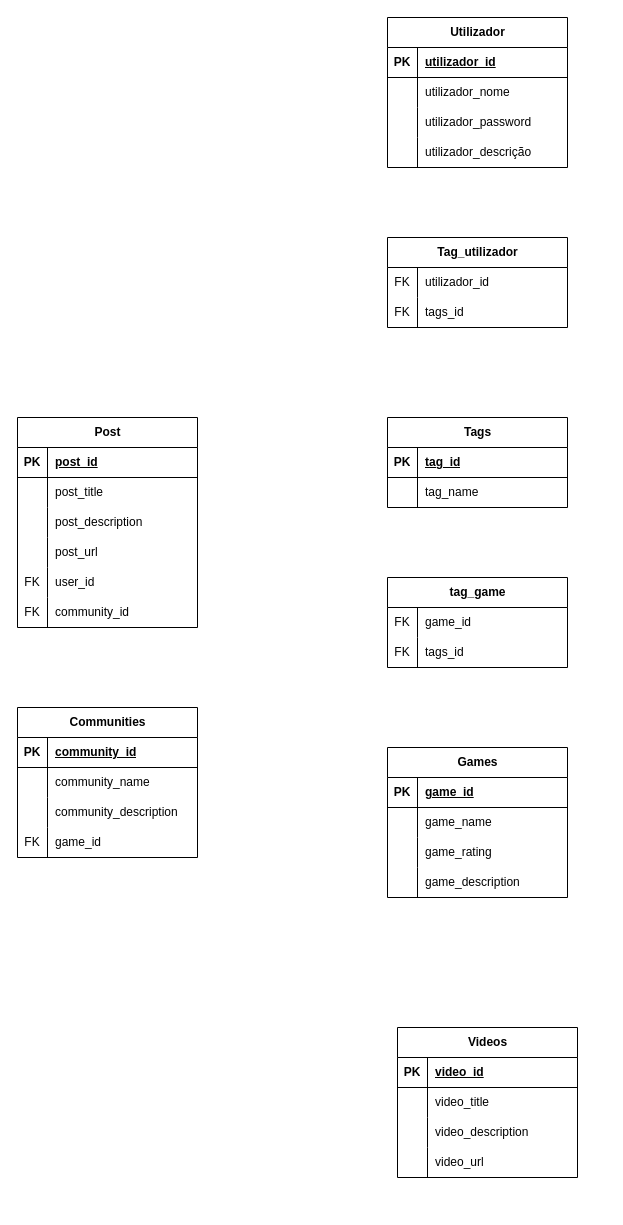
The draw.io diagram Diagrama sem nome.drawio in RickyBoyy/ProjetoWEB, before the edit. Source tidied: cells renumbered, new cells numbered last; positions are measured from the earlier drawing's top-left corner, leaving out a move shared by most shapes. Both pictures are drawn from the tidied source at 100%, with x=0, y=0 at pixel (17, 17).
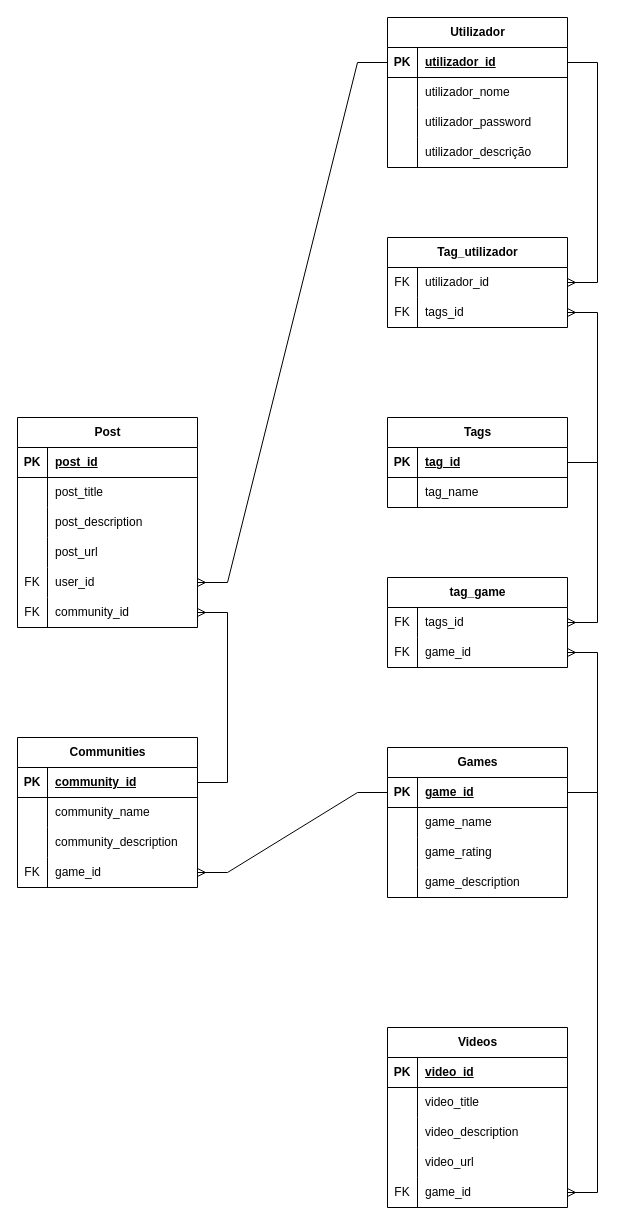
The same diagram, later.

Unchanged cells that the change refers to:
```xml
<mxCell id="3" style="shape=tableRow;horizontal=0;startSize=0;swimlaneHead=0;swimlaneBody=0;fillColor=none;points=[[0,0.5],[1,0.5]];portConstraint=eastwest;top=0;left=0;right=0;bottom=1;" parent="2" vertex="1">
  <mxGeometry y="30" width="180" height="30" as="geometry" />
</mxCell>
<mxCell id="16" style="shape=tableRow;horizontal=0;startSize=0;swimlaneHead=0;swimlaneBody=0;fillColor=none;points=[[0,0.5],[1,0.5]];portConstraint=eastwest;top=0;left=0;right=0;bottom=1;" parent="15" vertex="1">
  <mxGeometry y="30" width="180" height="30" as="geometry" />
</mxCell>
<mxCell id="29" style="shape=tableRow;horizontal=0;startSize=0;swimlaneHead=0;swimlaneBody=0;fillColor=none;points=[[0,0.5],[1,0.5]];portConstraint=eastwest;top=0;left=0;right=0;bottom=1;" parent="28" vertex="1">
  <mxGeometry y="30" width="180" height="30" as="geometry" />
</mxCell>
<mxCell id="36" style="shape=tableRow;horizontal=0;startSize=0;swimlaneHead=0;swimlaneBody=0;fillColor=none;points=[[0,0.5],[1,0.5]];portConstraint=eastwest;top=0;left=0;right=0;bottom=0;" parent="35" vertex="1">
  <mxGeometry y="30" width="180" height="30" as="geometry" />
</mxCell>
<mxCell id="39" style="shape=tableRow;horizontal=0;startSize=0;swimlaneHead=0;swimlaneBody=0;fillColor=none;points=[[0,0.5],[1,0.5]];portConstraint=eastwest;top=0;left=0;right=0;bottom=0;" parent="35" vertex="1">
  <mxGeometry y="60" width="180" height="30" as="geometry" />
</mxCell>
<mxCell id="43" style="shape=tableRow;horizontal=0;startSize=0;swimlaneHead=0;swimlaneBody=0;fillColor=none;points=[[0,0.5],[1,0.5]];portConstraint=eastwest;top=0;left=0;right=0;bottom=0;" parent="42" vertex="1">
  <mxGeometry y="30" width="180" height="30" as="geometry" />
</mxCell>
<mxCell id="46" style="shape=tableRow;horizontal=0;startSize=0;swimlaneHead=0;swimlaneBody=0;fillColor=none;points=[[0,0.5],[1,0.5]];portConstraint=eastwest;top=0;left=0;right=0;bottom=0;" parent="42" vertex="1">
  <mxGeometry y="60" width="180" height="30" as="geometry" />
</mxCell>
<mxCell id="50" style="shape=tableRow;horizontal=0;startSize=0;swimlaneHead=0;swimlaneBody=0;fillColor=none;points=[[0,0.5],[1,0.5]];portConstraint=eastwest;top=0;left=0;right=0;bottom=1;" parent="49" vertex="1">
  <mxGeometry y="30" width="180" height="30" as="geometry" />
</mxCell>
<mxCell id="59" style="shape=tableRow;horizontal=0;startSize=0;swimlaneHead=0;swimlaneBody=0;fillColor=none;points=[[0,0.5],[1,0.5]];portConstraint=eastwest;top=0;left=0;right=0;bottom=0;" parent="49" vertex="1">
  <mxGeometry y="120" width="180" height="30" as="geometry" />
</mxCell>
<mxCell id="75" style="shape=tableRow;horizontal=0;startSize=0;swimlaneHead=0;swimlaneBody=0;fillColor=none;points=[[0,0.5],[1,0.5]];portConstraint=eastwest;top=0;left=0;right=0;bottom=0;" parent="62" vertex="1">
  <mxGeometry y="150" width="180" height="30" as="geometry" />
</mxCell>
<mxCell id="78" style="shape=tableRow;horizontal=0;startSize=0;swimlaneHead=0;swimlaneBody=0;fillColor=none;points=[[0,0.5],[1,0.5]];portConstraint=eastwest;top=0;left=0;right=0;bottom=0;" parent="62" vertex="1">
  <mxGeometry y="180" width="180" height="30" as="geometry" />
</mxCell>
```

What changed in the source:
```diff
@@
-    <mxCell id="45" value="game_id" style="shape=partialRectangle;fillColor=none;top=0;left=0;bottom=0;right=0;align=left;spacingLeft=6;overflow=hidden;whiteSpace=wrap;html=1;" parent="43" vertex="1">
+    <mxCell id="45" value="tags_id" style="shape=partialRectangle;fillColor=none;top=0;left=0;bottom=0;right=0;align=left;spacingLeft=6;overflow=hidden;whiteSpace=wrap;html=1;" parent="43" vertex="1">
       <mxGeometry x="30" width="150" height="30" as="geometry" />
     </mxCell>
@@
-    <mxCell id="48" value="tags_id" style="shape=partialRectangle;fillColor=none;top=0;left=0;bottom=0;right=0;align=left;spacingLeft=6;overflow=hidden;whiteSpace=wrap;html=1;" parent="46" vertex="1">
+    <mxCell id="48" value="game_id" style="shape=partialRectangle;fillColor=none;top=0;left=0;bottom=0;right=0;align=left;spacingLeft=6;overflow=hidden;whiteSpace=wrap;html=1;" parent="46" vertex="1">
       <mxGeometry x="30" width="150" height="30" as="geometry" />
     </mxCell>
     <mxCell id="49" value="Communities" style="shape=table;startSize=30;childLayout=tableLayout;rowLines=0;fontStyle=1;align=center;html=1;" parent="1" vertex="1">
-      <mxGeometry y="690" width="180" height="150" as="geometry" />
+      <mxGeometry y="720" width="180" height="150" as="geometry" />
     </mxCell>
@@
     <mxCell id="81" value="Videos" style="shape=table;startSize=30;childLayout=tableLayout;rowLines=0;fontStyle=1;align=center;html=1;" parent="1" vertex="1">
-      <mxGeometry x="380" y="1010" width="180" height="150" as="geometry" />
+      <mxGeometry x="370" y="1010" width="180" height="180" as="geometry" />
     </mxCell>
@@
+    <mxCell id="94" style="shape=tableRow;horizontal=0;startSize=0;swimlaneHead=0;swimlaneBody=0;fillColor=none;points=[[0,0.5],[1,0.5]];portConstraint=eastwest;top=0;left=0;right=0;bottom=0;" parent="81" vertex="1">
+      <mxGeometry y="150" width="180" height="30" as="geometry" />
+    </mxCell>
+    <mxCell id="95" value="FK" style="shape=partialRectangle;fillColor=none;top=0;left=0;bottom=0;right=0;overflow=hidden;whiteSpace=wrap;html=1;" parent="94" vertex="1">
+      <mxGeometry width="30" height="30" as="geometry" />
+    </mxCell>
+    <mxCell id="96" value="game_id" style="shape=partialRectangle;fillColor=none;top=0;left=0;bottom=0;right=0;align=left;spacingLeft=6;overflow=hidden;whiteSpace=wrap;html=1;" parent="94" vertex="1">
+      <mxGeometry x="30" width="150" height="30" as="geometry" />
+    </mxCell>
+    <mxCell id="97" style="edgeStyle=entityRelationEdgeStyle;fontSize=12;html=1;endArrow=ERmany;rounded=0;entryX=1;entryY=0.5;entryDx=0;entryDy=0;exitX=1;exitY=0.5;exitDx=0;exitDy=0;" parent="1" edge="1" source="16" target="94">
+      <mxGeometry relative="1" as="geometry" />
+    </mxCell>
+    <mxCell id="98" style="edgeStyle=entityRelationEdgeStyle;fontSize=12;html=1;endArrow=ERmany;rounded=0;exitX=1;exitY=0.5;exitDx=0;exitDy=0;entryX=1;entryY=0.5;entryDx=0;entryDy=0;" parent="1" edge="1" source="16" target="46">
+      <mxGeometry relative="1" as="geometry" />
+    </mxCell>
+    <mxCell id="99" style="edgeStyle=entityRelationEdgeStyle;fontSize=12;html=1;endArrow=ERmany;rounded=0;entryX=1;entryY=0.5;entryDx=0;entryDy=0;exitX=1;exitY=0.5;exitDx=0;exitDy=0;" parent="1" edge="1" source="29" target="43">
+      <mxGeometry relative="1" as="geometry" />
+    </mxCell>
+    <mxCell id="100" style="edgeStyle=entityRelationEdgeStyle;fontSize=12;html=1;endArrow=ERmany;rounded=0;exitX=1;exitY=0.5;exitDx=0;exitDy=0;entryX=1;entryY=0.5;entryDx=0;entryDy=0;" parent="1" edge="1" source="29" target="39">
+      <mxGeometry relative="1" as="geometry" />
+    </mxCell>
+    <mxCell id="101" style="edgeStyle=entityRelationEdgeStyle;fontSize=12;html=1;endArrow=ERmany;rounded=0;exitX=1;exitY=0.5;exitDx=0;exitDy=0;entryX=1;entryY=0.5;entryDx=0;entryDy=0;" parent="1" edge="1" source="3" target="36">
+      <mxGeometry relative="1" as="geometry" />
+    </mxCell>
+    <mxCell id="102" style="edgeStyle=entityRelationEdgeStyle;fontSize=12;html=1;endArrow=ERmany;rounded=0;entryX=1;entryY=0.5;entryDx=0;entryDy=0;exitX=0;exitY=0.5;exitDx=0;exitDy=0;" parent="1" edge="1" source="16" target="59">
+      <mxGeometry relative="1" as="geometry" />
+    </mxCell>
+    <mxCell id="103" style="edgeStyle=entityRelationEdgeStyle;fontSize=12;html=1;endArrow=ERmany;rounded=0;exitX=1;exitY=0.5;exitDx=0;exitDy=0;" parent="1" edge="1" source="50" target="78">
+      <mxGeometry relative="1" as="geometry">
+        <Array as="points">
+          <mxPoint x="-90" y="750" />
+          <mxPoint x="-110" y="720" />
+          <mxPoint x="-70" y="750" />
+        </Array>
+      </mxGeometry>
+    </mxCell>
+    <mxCell id="104" style="edgeStyle=entityRelationEdgeStyle;fontSize=12;html=1;endArrow=ERmany;rounded=0;exitX=0;exitY=0.5;exitDx=0;exitDy=0;" parent="1" edge="1" source="3" target="75">
+      <mxGeometry relative="1" as="geometry">
+        <Array as="points">
+          <mxPoint x="-20" y="625" />
+          <mxPoint x="-40" y="595" />
+          <mxPoint y="625" />
+        </Array>
+      </mxGeometry>
+    </mxCell>
```
